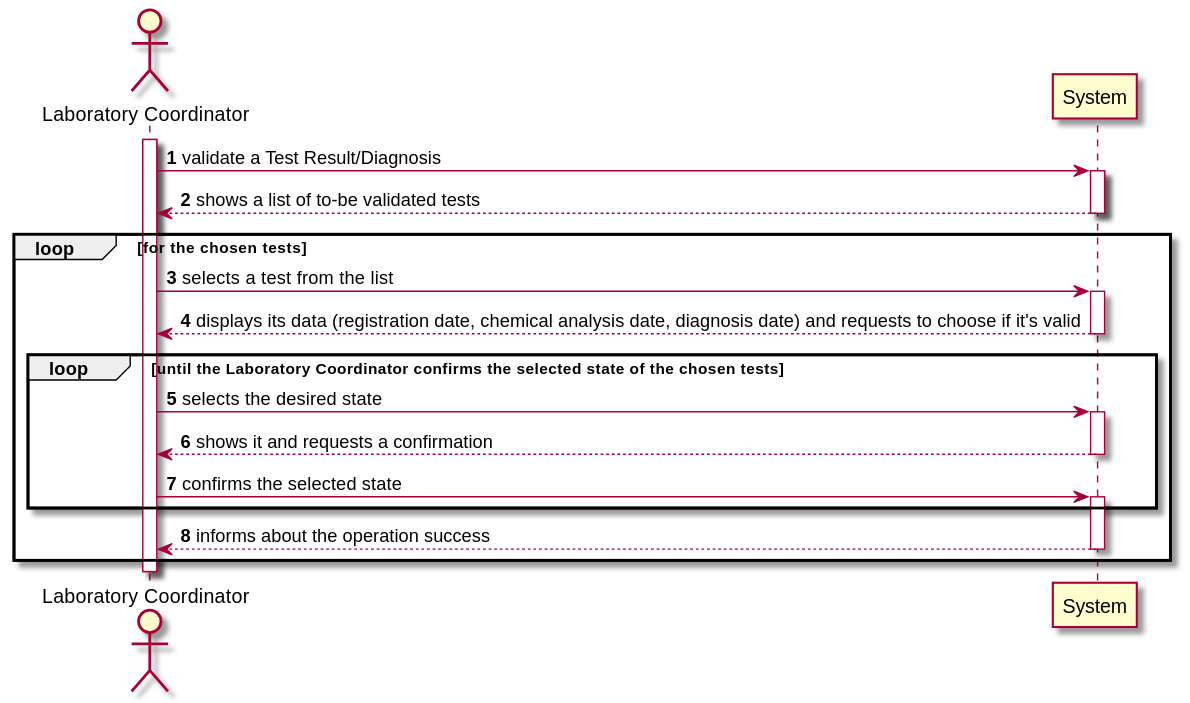
Before: docs/SprintC/US15/US15-SSD.svg, a diagram exported from PlantUML (0franciscor/lei-21-s2-1de-g19).
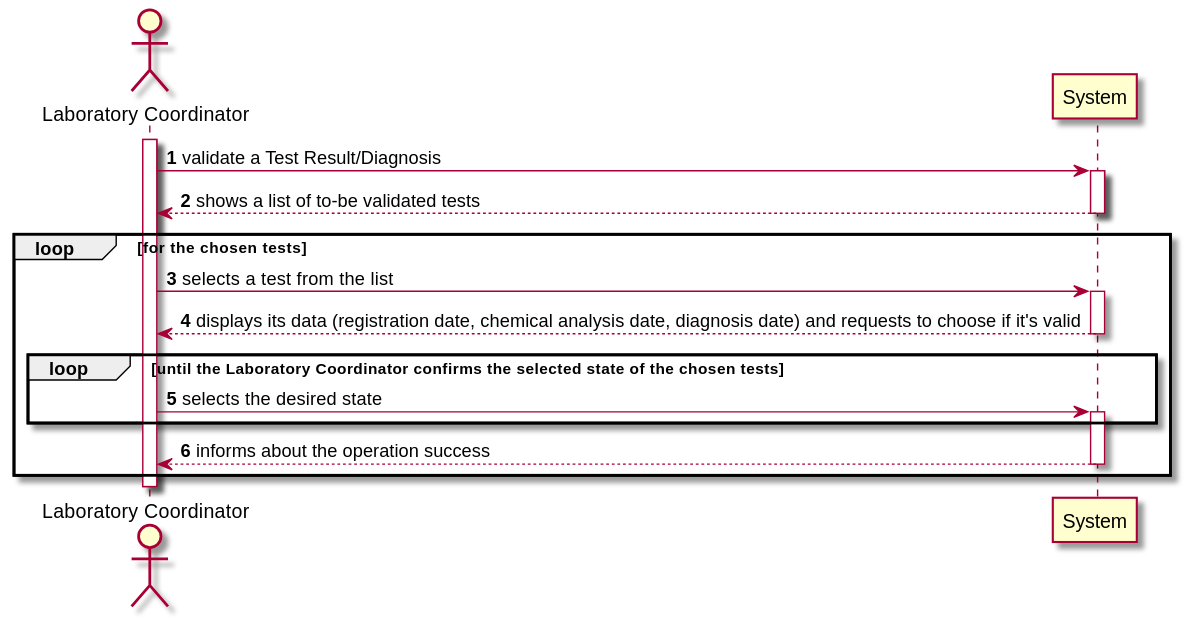
Later version of the same file.

Diff of the diagram source:
```diff
@@ -11,8 +11,6 @@
 System -->  labC --: displays its data (registration date, chemical analysis date, diagnosis date) and requests to choose if it's valid
 loop until the Laboratory Coordinator confirms the selected state of the chosen tests
 labC ->  System ++: selects the desired state
-System --> labC --: shows it and requests a confirmation
-labC -> System ++: confirms the selected state
 end
 System --> labC --: informs about the operation success
 end
```
